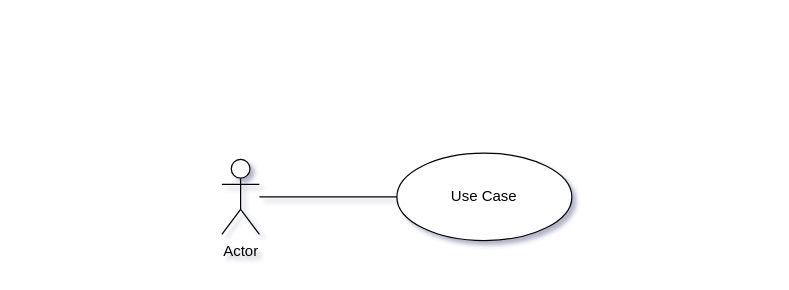
The draw.io diagram page "테스트-1" (1 of 2) of 제목 없는 다이어그램.drawio in hyun10144/Lecture3-1, before the edit. Source tidied: cells renumbered, new cells numbered last; positions are measured from the earlier drawing's top-left corner, leaving out a move shared by most shapes. Both pictures are drawn from the tidied source at 125%, with x=0, y=0 at pixel (221, 152).
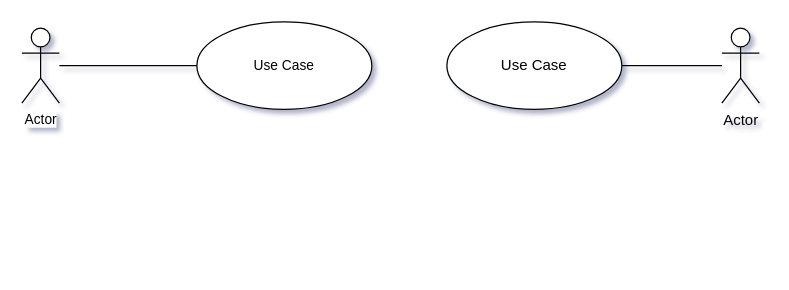
The same page after the edit.

Commit message (it also covers changes not shown here):
제목 없는 다이어그램.drawio 업데이트

The edit, as a diff of the source:
```diff
@@
 <mxGraphModel shadow="1">
   <root>
     <mxCell id="0" />
     <mxCell id="1" parent="0" />
     <mxCell id="2" value="Use Case" style="ellipse;whiteSpace=wrap;html=1;" parent="1" vertex="1">
-      <mxGeometry x="140" width="140" height="70" as="geometry" />
+      <mxGeometry x="180" y="-105" width="140" height="70" as="geometry" />
     </mxCell>
-    <mxCell id="3" style="rounded=0;jettySize=auto;html=1;entryX=0;entryY=0.5;entryDx=0;entryDy=0;endArrow=none;endFill=0;" parent="1" edge="1" source="4" target="2">
+    <mxCell id="3" style="rounded=0;jettySize=auto;html=1;endArrow=none;endFill=0;entryX=1;entryY=0.5;entryDx=0;entryDy=0;" parent="1" edge="1" source="4" target="2">
       <mxGeometry relative="1" as="geometry" />
     </mxCell>
     <mxCell id="4" value="Actor" style="shape=umlActor;verticalLabelPosition=bottom;verticalAlign=top;html=1;outlineConnect=0;" parent="1" vertex="1">
-      <mxGeometry y="5" width="30" height="60" as="geometry" />
+      <mxGeometry x="400" y="-100" width="30" height="60" as="geometry" />
     </mxCell>
+    <mxCell id="5" value="Use Case" style="ellipse;whiteSpace=wrap;html=1;fontFamily=Helvetica;fontSize=11;fontColor=default;labelBackgroundColor=default;" parent="1" vertex="1">
+      <mxGeometry x="-20" y="-105" width="140" height="70" as="geometry" />
+    </mxCell>
+    <mxCell id="6" style="rounded=0;jettySize=auto;html=1;entryX=0;entryY=0.5;entryDx=0;entryDy=0;endArrow=none;endFill=0;strokeColor=default;align=center;verticalAlign=middle;fontFamily=Helvetica;fontSize=11;fontColor=default;labelBackgroundColor=default;" parent="1" edge="1" source="7" target="5">
+      <mxGeometry relative="1" as="geometry" />
+    </mxCell>
+    <mxCell id="7" value="Actor" style="shape=umlActor;verticalLabelPosition=bottom;verticalAlign=top;html=1;outlineConnect=0;fontFamily=Helvetica;fontSize=11;fontColor=default;labelBackgroundColor=default;" parent="1" vertex="1">
+      <mxGeometry x="-160" y="-100" width="30" height="60" as="geometry" />
+    </mxCell>
   </root>
 </mxGraphModel>
```
